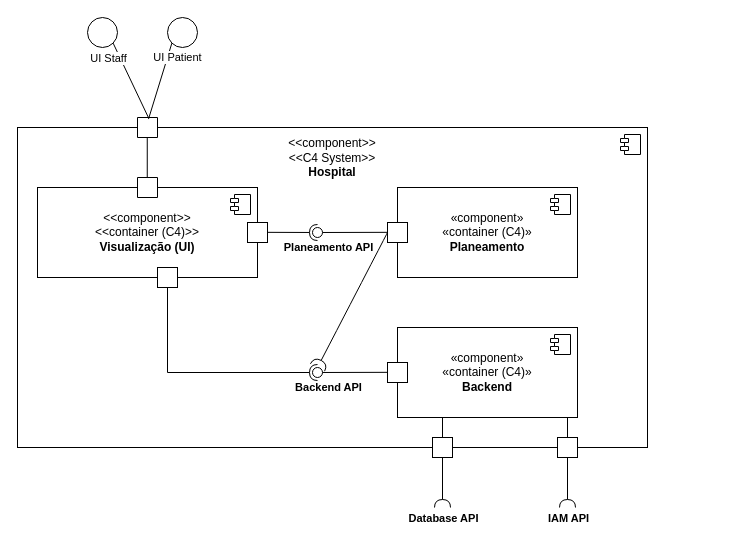
Earlier version of the draw.io diagram docs/geral/views/level-2/logic/vista_logica.drawio (andredsferreira/p5sem-3dj-g59). Source tidied: cells renumbered, new cells numbered last; positions are measured from the earlier drawing's top-left corner, leaving out a move shared by most shapes. Both pictures are drawn from the tidied source at 100%, with x=0, y=0 at pixel (17, 17).
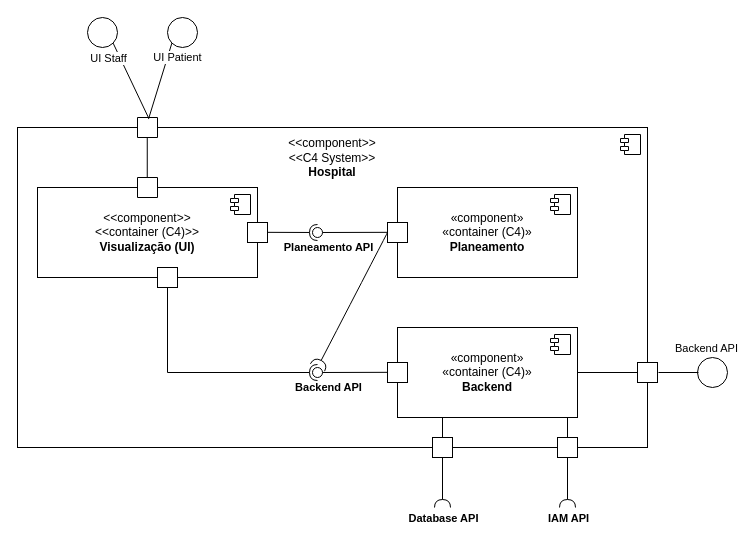
The same diagram, later.

Commit message (it also covers changes not shown here):
Adjusted level 2 logic view

Unchanged cells that the change refers to:
```xml
<mxCell id="18" value="«component»&lt;div&gt;«container (C4)»&lt;br&gt;&lt;b&gt;Backend&lt;/b&gt;&lt;/div&gt;" style="html=1;whiteSpace=wrap;" parent="1" vertex="1">
  <mxGeometry x="380" y="310" width="180" height="90" as="geometry" />
</mxCell>
```

Diff of the diagram source:
```diff
@@
+    <mxCell id="42" style="rounded=0;whiteSpace=wrap;html=1;" parent="1" vertex="1">
+      <mxGeometry x="620" y="345" width="20" height="20" as="geometry" />
+    </mxCell>
+    <mxCell id="43" style="endArrow=none;html=1;rounded=0;exitX=1;exitY=0.5;exitDx=0;exitDy=0;entryX=0;entryY=0.5;entryDx=0;entryDy=0;" parent="1" edge="1" source="18" target="42">
+      <mxGeometry relative="1" as="geometry" />
+    </mxCell>
+    <mxCell id="44" style="ellipse;whiteSpace=wrap;html=1;align=center;fillColor=none;strokeColor=none;perimeter=centerPerimeter;" parent="1" vertex="1">
+      <mxGeometry x="655" y="350" width="10" height="10" as="geometry" />
+    </mxCell>
+    <mxCell id="45" style="ellipse;whiteSpace=wrap;html=1;" parent="1" vertex="1">
+      <mxGeometry x="680" y="340" width="30" height="30" as="geometry" />
+    </mxCell>
+    <mxCell id="46" style="endArrow=none;html=1;rounded=0;entryX=0;entryY=0.5;entryDx=0;entryDy=0;exitX=1;exitY=0.5;exitDx=0;exitDy=0;" parent="1" edge="1">
+      <mxGeometry relative="1" as="geometry">
+        <mxPoint x="641" y="355" as="sourcePoint" />
+        <mxPoint x="681" y="355" as="targetPoint" />
+      </mxGeometry>
+    </mxCell>
+    <mxCell id="47" value="Backend API" style="edgeLabel;html=1;align=center;verticalAlign=middle;" parent="46" vertex="1">
+      <mxGeometry x="0.73" y="1" relative="1" as="geometry">
+        <mxPoint x="12" y="-24" as="offset" />
+      </mxGeometry>
+    </mxCell>
```
